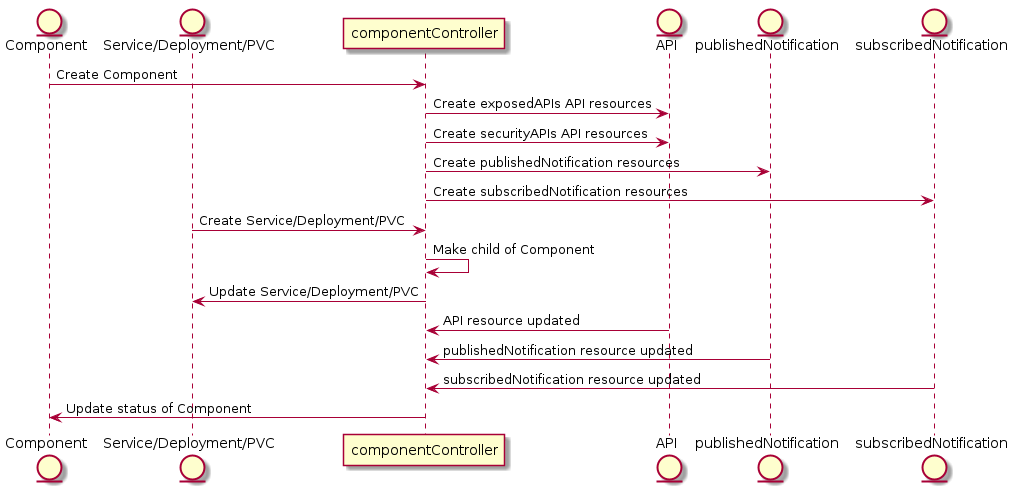
Before: source/operators/componentOperator/sequenceDiagrams/componentOperator.png, a diagram exported from PlantUML (tmforum-oda/oda-canvas).
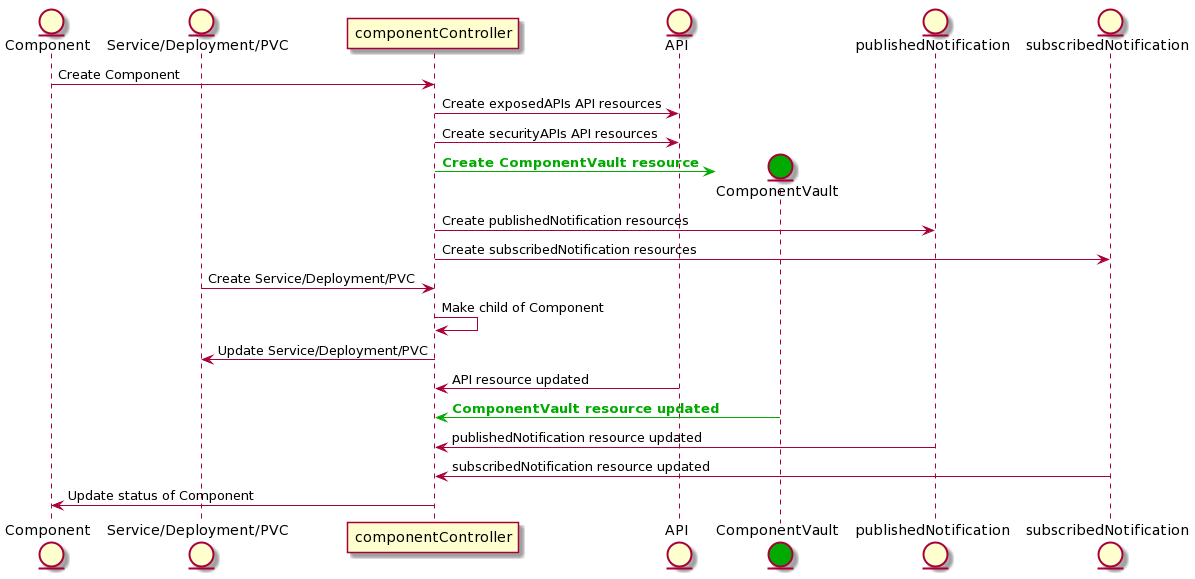
The same diagram one commit later.

Commit message:
update sequence diagram image.

The edit, as a diff of the source:
```diff
@@ -1,14 +1,18 @@
 @startuml
+skin rose
+
 entity Component
 entity "Service/Deployment/PVC"
 participant componentController
 entity API
+entity ComponentVault #00AA00
 entity publishedNotification
 entity subscribedNotification
 
 Component-> componentController: Create Component
 componentController -> API: Create exposedAPIs API resources
 componentController -> API: Create securityAPIs API resources
+componentController -[#00AA00]> ComponentVault **: <b><color:#00AA00>Create ComponentVault resource</color></b>
 componentController -> publishedNotification: Create publishedNotification resources
 componentController -> subscribedNotification: Create subscribedNotification resources
 
@@ -18,6 +22,7 @@
 componentController-> "Service/Deployment/PVC": Update Service/Deployment/PVC
 
 API-> componentController: API resource updated
+ComponentVault-[#00AA00]> componentController : <b><color:#00AA00>ComponentVault resource updated</color></b>
 publishedNotification-> componentController: publishedNotification resource updated
 subscribedNotification-> componentController: subscribedNotification resource updated
 componentController -> Component: Update status of Component
```
